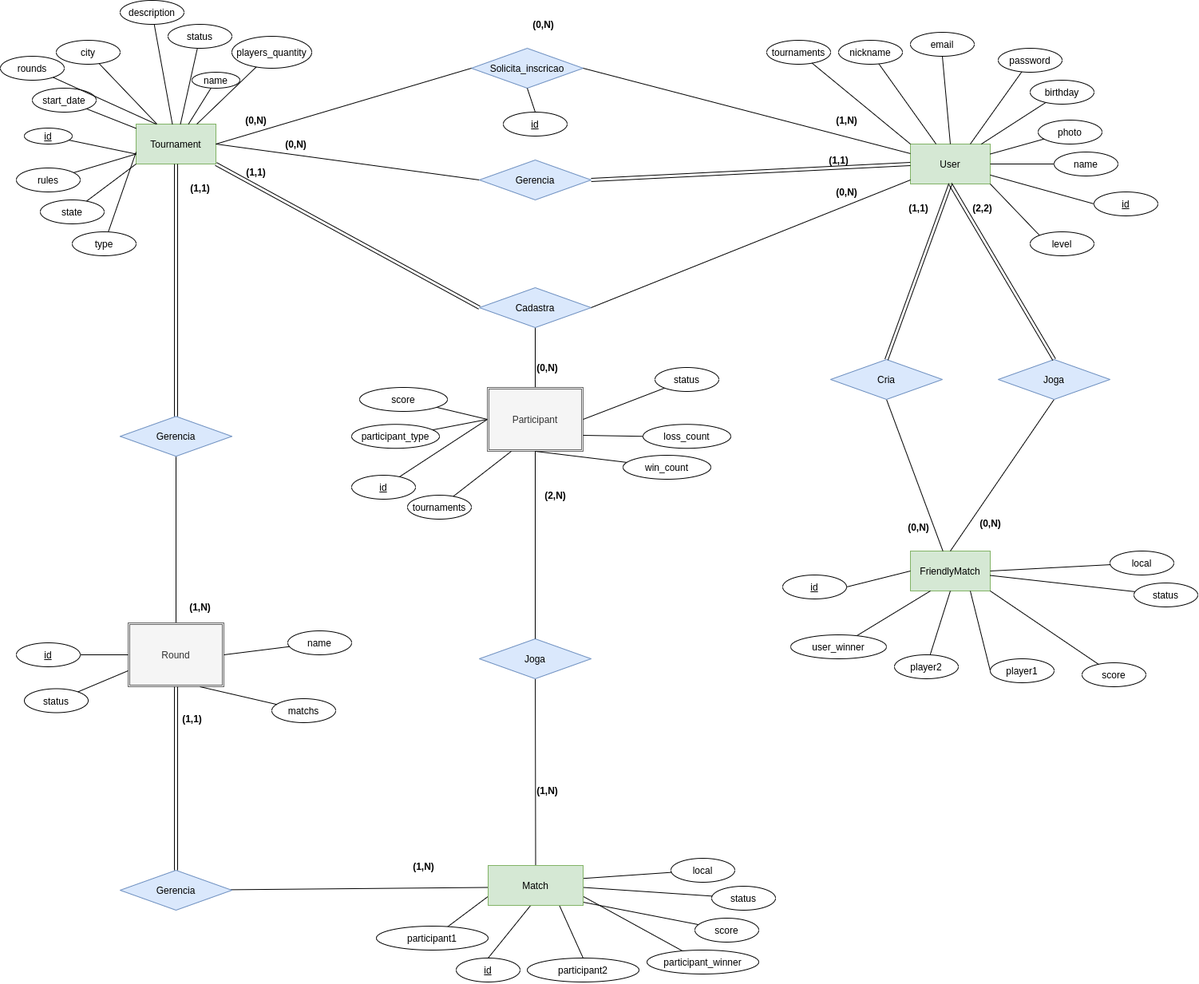
UnBArqDsw/2020.1_G7_TCM keeps this draw.io diagram as docs/assets/DB/der_diagrama.png. Above is the earlier version. Source tidied: cells renumbered, new cells last; positions are measured from the earlier drawing's top-left corner, leaving out a move shared by most shapes.
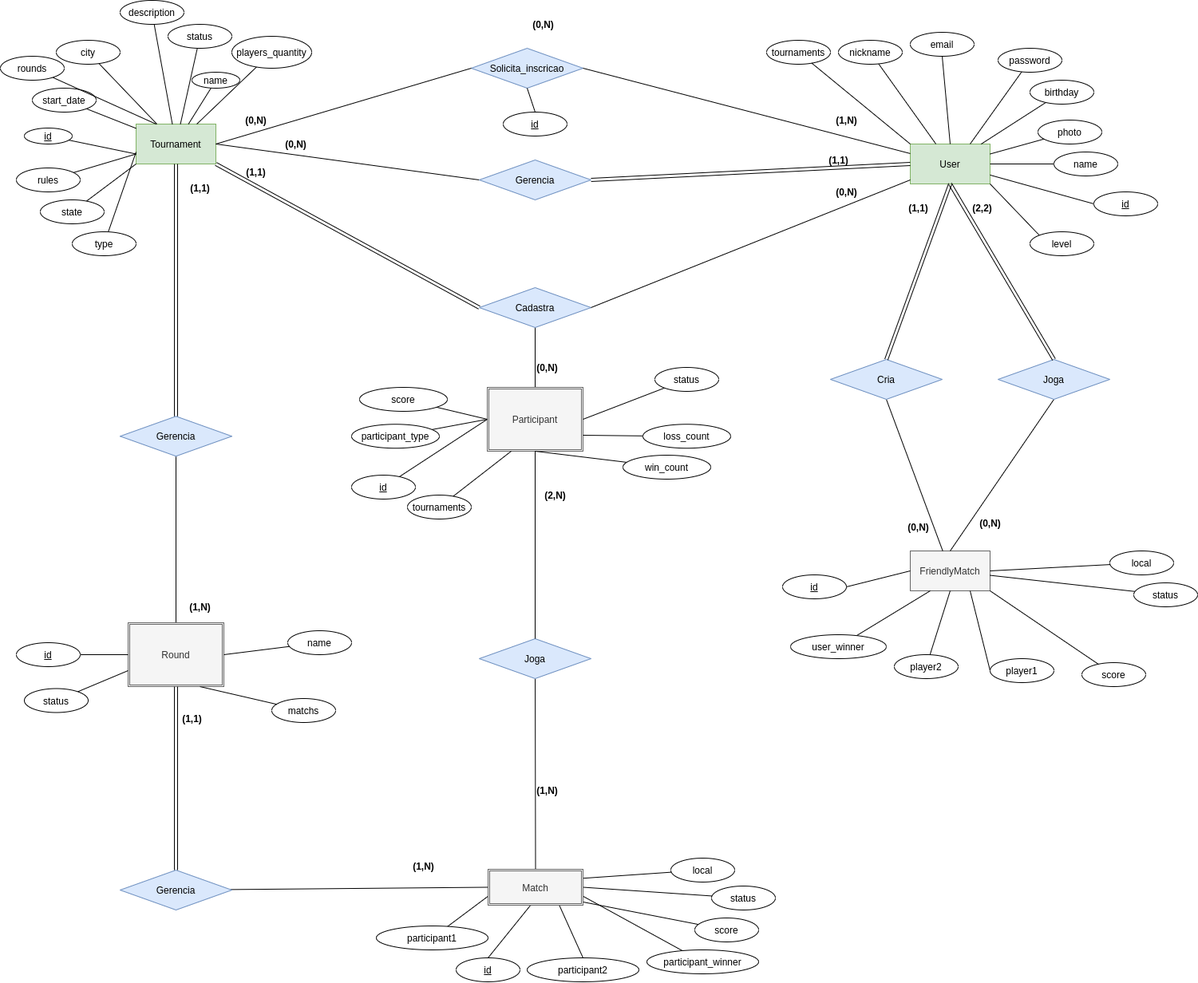
Later version of the same file.

Commit message:
Corrigida entidade no diagrama.

Diff of the diagram source:
```diff
@@ -245,12 +245,9 @@
     <mxCell id="80" value="&lt;b&gt;(1,N)&lt;/b&gt;" style="text;html=1;align=center;verticalAlign=middle;spacing=1;" parent="64" vertex="1">
       <mxGeometry x="10" y="75" width="40" height="20" as="geometry" />
     </mxCell>
-    <mxCell id="81" value="Match" style="shape=ext;double=1;rounded=0;whiteSpace=wrap;html=1;fillColor=#d5e8d4;strokeColor=#82b366;spacing=1;" parent="64" vertex="1">
+    <mxCell id="81" value="Match" style="shape=ext;double=1;rounded=0;whiteSpace=wrap;html=1;fillColor=#f5f5f5;strokeColor=#666666;spacing=1;fontColor=#333333;" parent="64" vertex="1">
       <mxGeometry x="111" y="89" width="119" height="45" as="geometry" />
     </mxCell>
-    <mxCell id="82" value="Match" style="rounded=0;whiteSpace=wrap;html=1;fillColor=#d5e8d4;strokeColor=#82b366;spacing=1;" parent="64" vertex="1">
-      <mxGeometry x="111" y="84" width="119" height="50" as="geometry" />
-    </mxCell>
     <mxCell id="83" style="group;spacing=1;" parent="1" vertex="1">
       <mxGeometry x="440" y="420" width="490" height="252.5" as="geometry" />
     </mxCell>
@@ -364,7 +361,7 @@
     <mxCell id="119" style="group;spacing=1;" parent="1" vertex="1">
       <mxGeometry x="1010" y="610" width="490" height="230" as="geometry" />
     </mxCell>
-    <mxCell id="120" value="FriendlyMatch" style="rounded=0;whiteSpace=wrap;html=1;fillColor=#d5e8d4;strokeColor=#82b366;spacing=1;" parent="119" vertex="1">
+    <mxCell id="120" value="FriendlyMatch" style="rounded=0;whiteSpace=wrap;html=1;fillColor=#f5f5f5;strokeColor=#666666;spacing=1;fontColor=#333333;" parent="119" vertex="1">
       <mxGeometry x="130" y="80" width="100" height="50" as="geometry" />
     </mxCell>
     <mxCell id="121" value="&lt;u&gt;id&lt;/u&gt;" style="ellipse;whiteSpace=wrap;html=1;fillColor=#ffffff;gradientColor=none;spacing=1;" parent="119" vertex="1">
```
